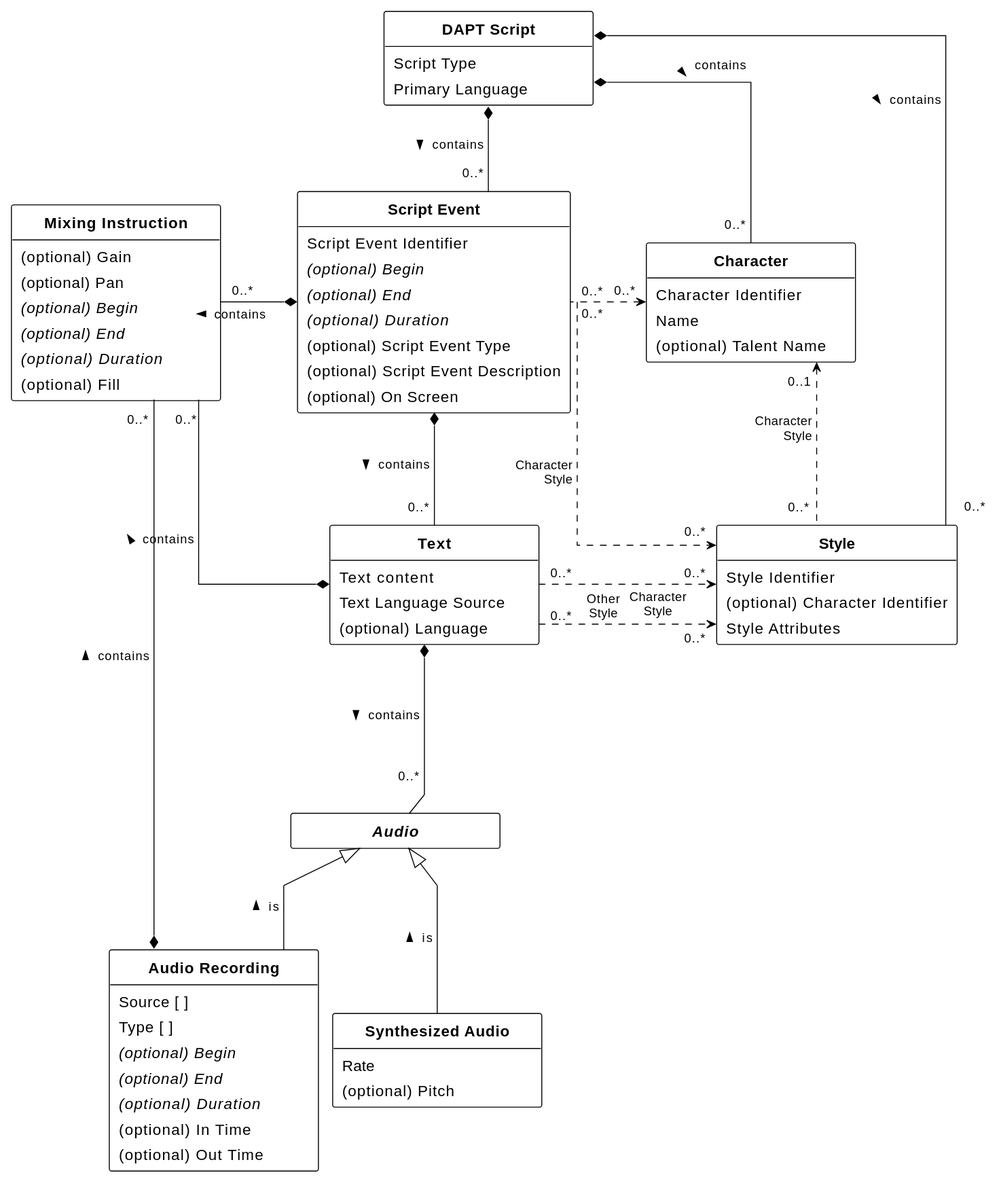
w3c/dapt keeps this PlantUML diagram as figures/class-diagram.svg. Above is the earlier version.
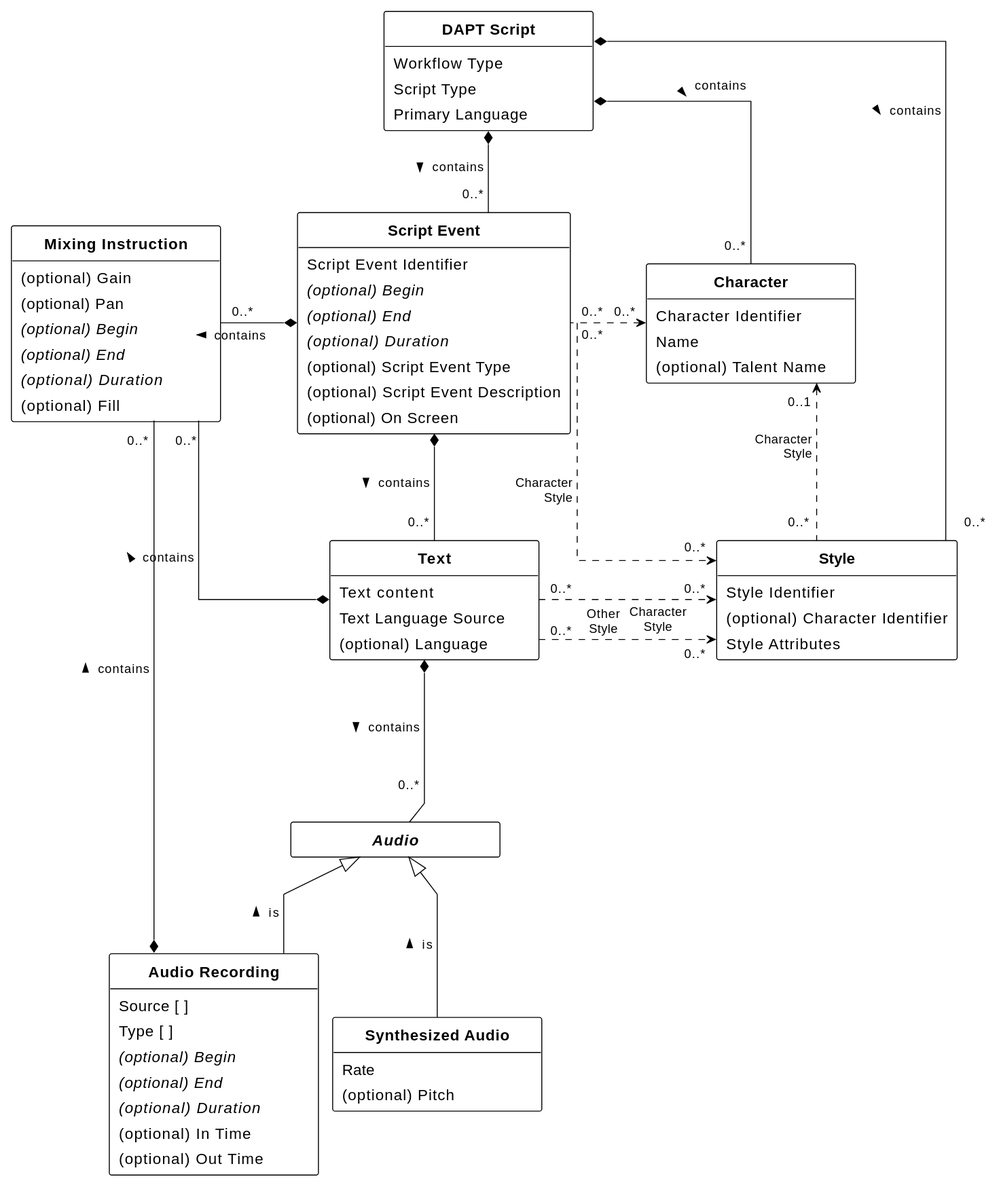
After the commit.

The edit, as a diff of the source:
```diff
@@ -14,6 +14,7 @@
 
 together {
     Class DAPTScript as "**DAPT Script**" [[#dapt-script]] {
+        Workflow Type [[[#workflow-type]]]
         Script Type [[[#script-type]]]
         Primary Language [[[#primary-language]]]
     }
```
